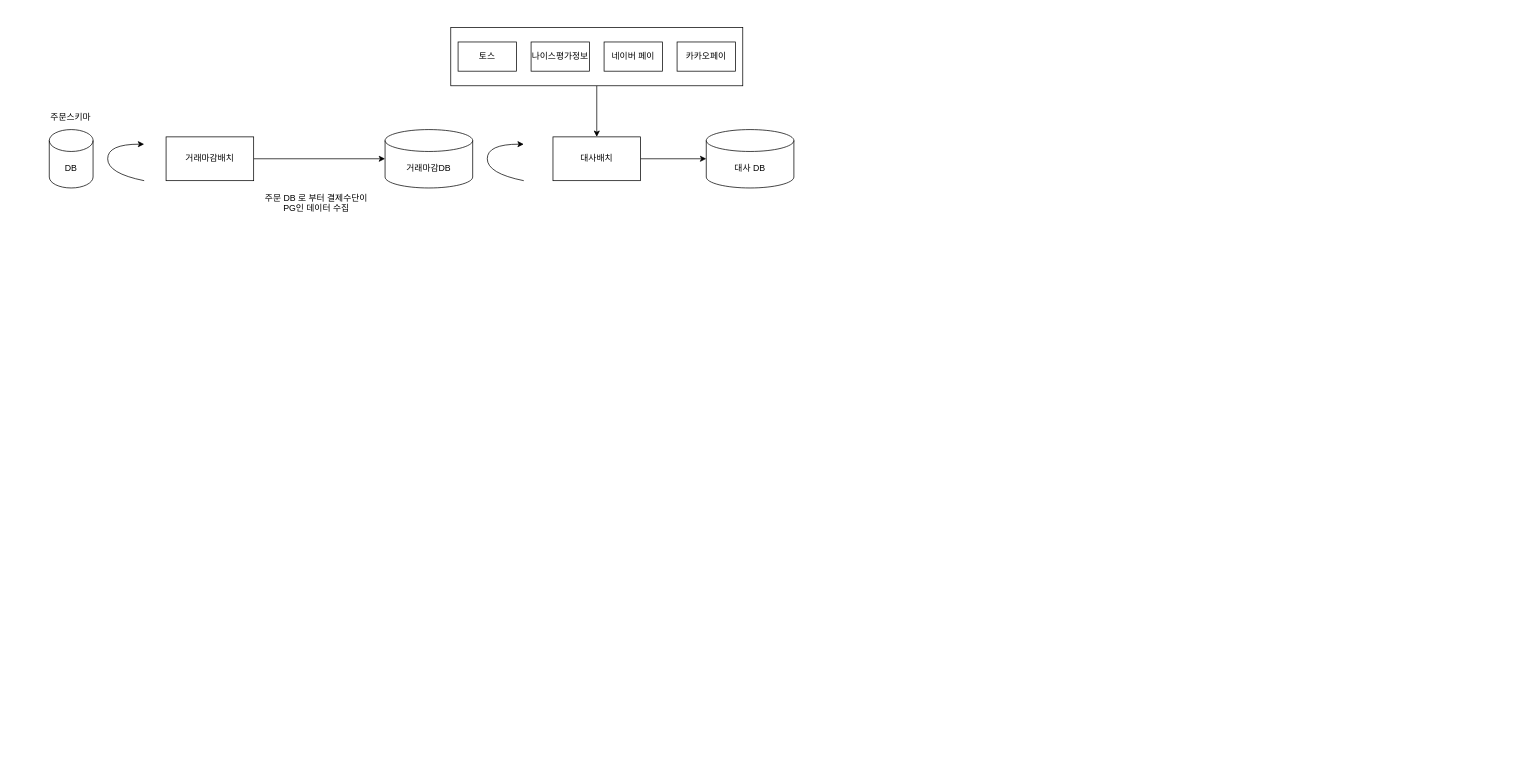
Above: 멀티스레드스프링배치.drawio in SongYoungMin-304/algorithm (draw.io), before the change. Source tidied: cells renumbered, new cells numbered last; positions are measured from the earlier drawing's top-left corner, leaving out a move shared by most shapes. Both pictures are drawn from the tidied source at 73%, with x=0, y=0 at pixel (49, 27).
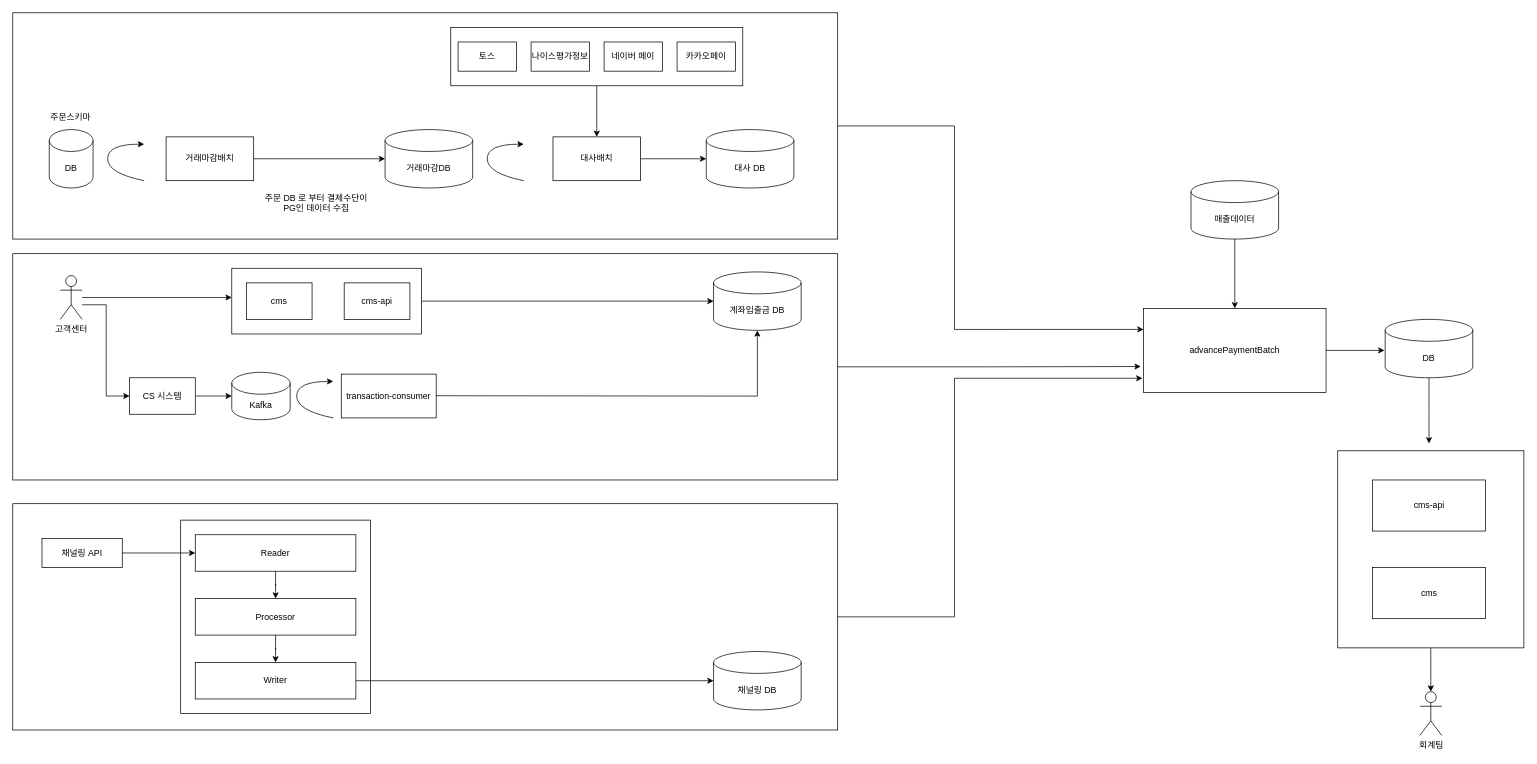
The same diagram, later.

Commit message (it also covers changes not shown here):
멀티스레드스프링배치.drawio 업데이트

The edit, as a diff of the source:
```diff
@@
+    <mxCell id="19" style="edgeStyle=orthogonalEdgeStyle;rounded=0;jettySize=auto;html=1;" parent="1" edge="1" source="20" target="59">
+      <mxGeometry relative="1" as="geometry" />
+    </mxCell>
+    <mxCell id="20" style="rounded=0;whiteSpace=wrap;html=1;" parent="1" vertex="1">
+      <mxGeometry x="1765" y="580" width="255" height="270" as="geometry" />
+    </mxCell>
+    <mxCell id="21" style="edgeStyle=orthogonalEdgeStyle;rounded=0;jettySize=auto;html=1;entryX=-0.006;entryY=0.832;entryDx=0;entryDy=0;entryPerimeter=0;" parent="1" edge="1" source="22" target="54">
+      <mxGeometry relative="1" as="geometry">
+        <Array as="points">
+          <mxPoint x="1240" y="808" />
+          <mxPoint x="1240" y="481" />
+        </Array>
+      </mxGeometry>
+    </mxCell>
+    <mxCell id="22" style="rounded=0;whiteSpace=wrap;html=1;" parent="1" vertex="1">
+      <mxGeometry x="-50" y="652.5" width="1130" height="310" as="geometry" />
+    </mxCell>
+    <mxCell id="23" style="edgeStyle=orthogonalEdgeStyle;rounded=0;jettySize=auto;html=1;entryX=-0.015;entryY=0.692;entryDx=0;entryDy=0;entryPerimeter=0;" parent="1" edge="1" source="24" target="54">
+      <mxGeometry relative="1" as="geometry" />
+    </mxCell>
+    <mxCell id="24" style="rounded=0;whiteSpace=wrap;html=1;" parent="1" vertex="1">
+      <mxGeometry x="-50" y="310" width="1130" height="310" as="geometry" />
+    </mxCell>
+    <mxCell id="25" style="edgeStyle=orthogonalEdgeStyle;rounded=0;jettySize=auto;html=1;entryX=0;entryY=0.25;entryDx=0;entryDy=0;" parent="1" edge="1" source="26" target="54">
+      <mxGeometry relative="1" as="geometry">
+        <Array as="points">
+          <mxPoint x="1240" y="135" />
+          <mxPoint x="1240" y="414" />
+        </Array>
+      </mxGeometry>
+    </mxCell>
+    <mxCell id="26" style="rounded=0;whiteSpace=wrap;html=1;" parent="1" vertex="1">
+      <mxGeometry x="-50" y="-20" width="1130" height="310" as="geometry" />
+    </mxCell>
+    <mxCell id="27" style="edgeStyle=orthogonalEdgeStyle;rounded=0;jettySize=auto;html=1;entryX=0;entryY=0.5;entryDx=0;entryDy=0;entryPerimeter=0;" parent="1" edge="1" source="28" target="34">
+      <mxGeometry relative="1" as="geometry" />
+    </mxCell>
+    <mxCell id="28" style="rounded=0;whiteSpace=wrap;html=1;" parent="1" vertex="1">
+      <mxGeometry x="250" y="330" width="260" height="90" as="geometry" />
+    </mxCell>
@@
+    <mxCell id="29" style="edgeStyle=orthogonalEdgeStyle;rounded=0;jettySize=auto;html=1;" parent="1" edge="1" source="31">
+      <mxGeometry relative="1" as="geometry">
+        <mxPoint x="250" y="370" as="targetPoint" />
+      </mxGeometry>
+    </mxCell>
+    <mxCell id="30" style="edgeStyle=orthogonalEdgeStyle;rounded=0;jettySize=auto;html=1;entryX=0;entryY=0.5;entryDx=0;entryDy=0;" parent="1" edge="1" source="31" target="36">
+      <mxGeometry relative="1" as="geometry">
+        <Array as="points">
+          <mxPoint x="78" y="380" />
+          <mxPoint x="78" y="505" />
+        </Array>
+      </mxGeometry>
+    </mxCell>
+    <mxCell id="31" value="고객센터" style="shape=umlActor;verticalLabelPosition=bottom;verticalAlign=top;html=1;outlineConnect=0;" parent="1" vertex="1">
+      <mxGeometry x="15" y="340" width="30" height="60" as="geometry" />
+    </mxCell>
+    <mxCell id="32" value="cms" style="rounded=0;whiteSpace=wrap;html=1;" parent="1" vertex="1">
+      <mxGeometry x="270" y="350" width="90" height="50" as="geometry" />
+    </mxCell>
+    <mxCell id="33" value="cms-api" style="rounded=0;whiteSpace=wrap;html=1;" parent="1" vertex="1">
+      <mxGeometry x="404" y="350" width="90" height="50" as="geometry" />
+    </mxCell>
+    <mxCell id="34" value="계좌입출금 DB" style="shape=cylinder3;whiteSpace=wrap;html=1;boundedLbl=1;backgroundOutline=1;size=15;" parent="1" vertex="1">
+      <mxGeometry x="910" y="335" width="120" height="80" as="geometry" />
+    </mxCell>
+    <mxCell id="35" style="edgeStyle=orthogonalEdgeStyle;rounded=0;jettySize=auto;html=1;" parent="1" edge="1" source="36" target="37">
+      <mxGeometry relative="1" as="geometry" />
+    </mxCell>
+    <mxCell id="36" value="CS 시스템" style="rounded=0;whiteSpace=wrap;html=1;" parent="1" vertex="1">
+      <mxGeometry x="110" y="480" width="90" height="50" as="geometry" />
+    </mxCell>
+    <mxCell id="37" value="Kafka" style="shape=cylinder3;whiteSpace=wrap;html=1;boundedLbl=1;backgroundOutline=1;size=15;" parent="1" vertex="1">
+      <mxGeometry x="250" y="472.5" width="80" height="65" as="geometry" />
+    </mxCell>
+    <mxCell id="38" value="transaction-consumer" style="rounded=0;whiteSpace=wrap;html=1;" parent="1" vertex="1">
+      <mxGeometry x="400" y="475" width="130" height="60" as="geometry" />
+    </mxCell>
+    <mxCell id="39" style="curved=1;endArrow=classic;html=1;rounded=0;" parent="1" edge="1">
+      <mxGeometry relative="1" as="geometry">
+        <mxPoint x="389" y="535" as="sourcePoint" />
+        <mxPoint x="389" y="485" as="targetPoint" />
+        <Array as="points">
+          <mxPoint x="389" y="535" />
+          <mxPoint x="339" y="525" />
+          <mxPoint x="339" y="485" />
+        </Array>
+      </mxGeometry>
+    </mxCell>
+    <mxCell id="40" style="edgeStyle=orthogonalEdgeStyle;rounded=0;jettySize=auto;html=1;entryX=0.5;entryY=1;entryDx=0;entryDy=0;entryPerimeter=0;" parent="1" edge="1" target="34">
+      <mxGeometry relative="1" as="geometry">
+        <mxPoint x="530" y="504.6" as="sourcePoint" />
+      </mxGeometry>
+    </mxCell>
+    <mxCell id="41" value="채널링 API" style="rounded=0;whiteSpace=wrap;html=1;" parent="1" vertex="1">
+      <mxGeometry x="-10" y="700" width="110" height="40" as="geometry" />
+    </mxCell>
+    <mxCell id="42" style="rounded=0;whiteSpace=wrap;html=1;" parent="1" vertex="1">
+      <mxGeometry x="180" y="675" width="260" height="265" as="geometry" />
+    </mxCell>
+    <mxCell id="43" style="edgeStyle=orthogonalEdgeStyle;rounded=0;jettySize=auto;html=1;" parent="1" edge="1" source="44" target="46">
+      <mxGeometry relative="1" as="geometry" />
+    </mxCell>
+    <mxCell id="44" value="Reader" style="rounded=0;whiteSpace=wrap;html=1;" parent="1" vertex="1">
+      <mxGeometry x="200" y="695" width="220" height="50" as="geometry" />
+    </mxCell>
+    <mxCell id="45" style="edgeStyle=orthogonalEdgeStyle;rounded=0;jettySize=auto;html=1;" parent="1" edge="1" source="46" target="48">
+      <mxGeometry relative="1" as="geometry" />
+    </mxCell>
+    <mxCell id="46" value="Processor" style="rounded=0;whiteSpace=wrap;html=1;" parent="1" vertex="1">
+      <mxGeometry x="200" y="782.5" width="220" height="50" as="geometry" />
+    </mxCell>
+    <mxCell id="47" style="edgeStyle=orthogonalEdgeStyle;rounded=0;jettySize=auto;html=1;entryX=0;entryY=0.5;entryDx=0;entryDy=0;entryPerimeter=0;" parent="1" edge="1" source="48" target="49">
+      <mxGeometry relative="1" as="geometry" />
+    </mxCell>
+    <mxCell id="48" value="Writer" style="rounded=0;whiteSpace=wrap;html=1;" parent="1" vertex="1">
+      <mxGeometry x="200" y="870" width="220" height="50" as="geometry" />
+    </mxCell>
+    <mxCell id="49" value="채널링 DB" style="shape=cylinder3;whiteSpace=wrap;html=1;boundedLbl=1;backgroundOutline=1;size=15;" parent="1" vertex="1">
+      <mxGeometry x="910" y="855" width="120" height="80" as="geometry" />
+    </mxCell>
+    <mxCell id="50" style="edgeStyle=orthogonalEdgeStyle;rounded=0;jettySize=auto;html=1;" parent="1" edge="1" source="41" target="44">
+      <mxGeometry relative="1" as="geometry" />
+    </mxCell>
+    <mxCell id="51" style="edgeStyle=orthogonalEdgeStyle;rounded=0;jettySize=auto;html=1;" parent="1" edge="1" source="52" target="54">
+      <mxGeometry relative="1" as="geometry" />
+    </mxCell>
+    <mxCell id="52" value="매출데이터" style="shape=cylinder3;whiteSpace=wrap;html=1;boundedLbl=1;backgroundOutline=1;size=15;" parent="1" vertex="1">
+      <mxGeometry x="1564" y="210" width="120" height="80" as="geometry" />
+    </mxCell>
+    <mxCell id="53" style="edgeStyle=orthogonalEdgeStyle;rounded=0;jettySize=auto;html=1;" parent="1" edge="1" source="54">
+      <mxGeometry relative="1" as="geometry">
+        <mxPoint x="1829" y="442.5" as="targetPoint" />
+      </mxGeometry>
+    </mxCell>
+    <mxCell id="54" value="advancePaymentBatch" style="rounded=0;whiteSpace=wrap;html=1;" parent="1" vertex="1">
+      <mxGeometry x="1499" y="385" width="250" height="115" as="geometry" />
+    </mxCell>
+    <mxCell id="55" style="edgeStyle=orthogonalEdgeStyle;rounded=0;jettySize=auto;html=1;" parent="1" edge="1" source="56">
+      <mxGeometry relative="1" as="geometry">
+        <mxPoint x="1890" y="570" as="targetPoint" />
+      </mxGeometry>
+    </mxCell>
+    <mxCell id="56" value="DB" style="shape=cylinder3;whiteSpace=wrap;html=1;boundedLbl=1;backgroundOutline=1;size=15;" parent="1" vertex="1">
+      <mxGeometry x="1830" y="400" width="120" height="80" as="geometry" />
+    </mxCell>
+    <mxCell id="57" value="cms-api" style="rounded=0;whiteSpace=wrap;html=1;" parent="1" vertex="1">
+      <mxGeometry x="1812.5" y="620" width="155" height="70" as="geometry" />
+    </mxCell>
+    <mxCell id="58" value="cms" style="rounded=0;whiteSpace=wrap;html=1;" parent="1" vertex="1">
+      <mxGeometry x="1812.5" y="740" width="155" height="70" as="geometry" />
+    </mxCell>
+    <mxCell id="59" value="회계팀" style="shape=umlActor;verticalLabelPosition=bottom;verticalAlign=top;html=1;outlineConnect=0;" parent="1" vertex="1">
+      <mxGeometry x="1877.5" y="910" width="30" height="60" as="geometry" />
+    </mxCell>
```
